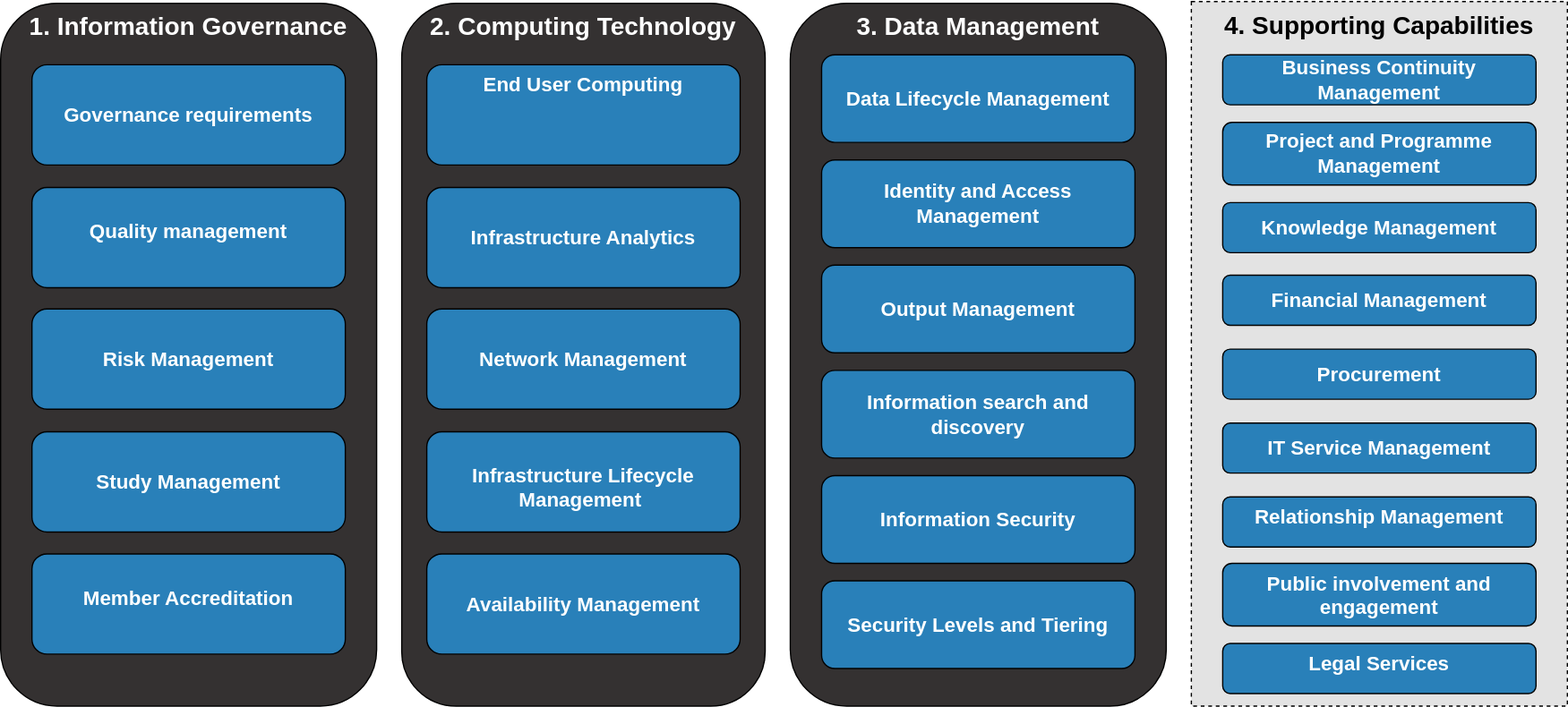
sa-tre/satre-specification keeps this draw.io diagram as docs/images/Capability_Map/full.drawio.svg. Above is the earlier version. Source tidied: cells renumbered, new cells last; positions are measured from the earlier drawing's top-left corner, leaving out a move shared by most shapes.
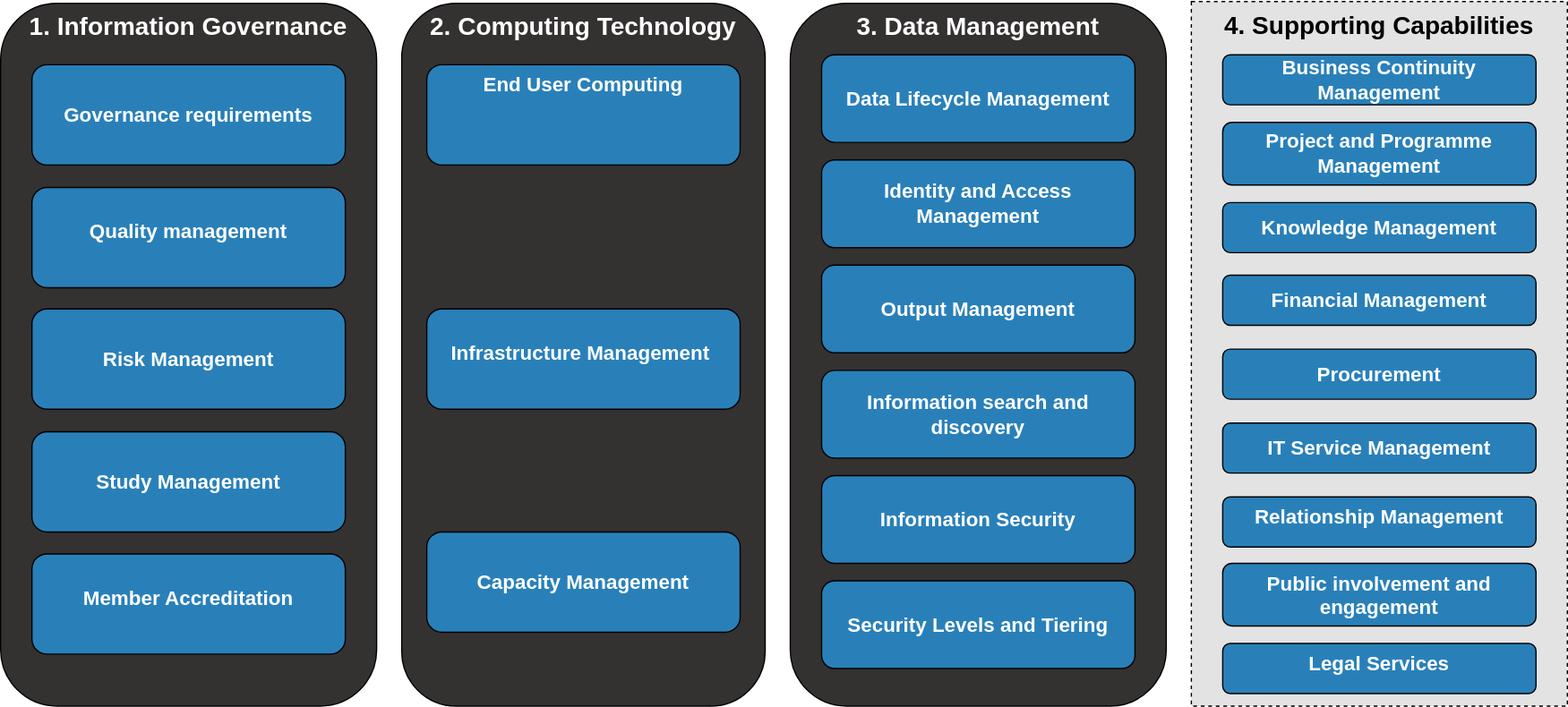
The same file after the commit.

Commit message:
:truck: Refactored capabilities

Change to the diagram source:
```diff
@@ -17,11 +17,11 @@
     <mxCell id="6" value="&lt;font style=&quot;font-size: 16px;&quot;&gt;Risk Management&lt;/font&gt;" style="rounded=1;whiteSpace=wrap;html=1;fillColor=#2980B9;strokeColor=#000000;fontSize=16;fontStyle=1;fontColor=#FFFFFF;" parent="1" vertex="1">
       <mxGeometry x="25" y="245" width="250" height="80" as="geometry" />
     </mxCell>
-    <mxCell id="7" value="&lt;div&gt;&lt;font style=&quot;font-size: 16px;&quot;&gt;&lt;br&gt;&lt;/font&gt;&lt;/div&gt;&lt;div&gt;&lt;font style=&quot;font-size: 16px;&quot;&gt;Infrastructure Lifecycle Management&amp;nbsp;&lt;/font&gt;&lt;/div&gt;" style="rounded=1;whiteSpace=wrap;html=1;fillColor=#2980B9;strokeColor=#000000;verticalAlign=top;fontSize=16;fontStyle=1;fontColor=#FFFFFF;" parent="1" vertex="1">
-      <mxGeometry x="340" y="343" width="250" height="80" as="geometry" />
+    <mxCell id="7" value="&lt;div&gt;&lt;font style=&quot;font-size: 16px;&quot;&gt;&lt;br&gt;&lt;/font&gt;&lt;/div&gt;&lt;div&gt;&lt;font style=&quot;font-size: 16px;&quot;&gt;Infrastructure Management&amp;nbsp;&lt;/font&gt;&lt;/div&gt;" style="rounded=1;whiteSpace=wrap;html=1;fillColor=#2980B9;strokeColor=#000000;verticalAlign=top;fontSize=16;fontStyle=1;fontColor=#FFFFFF;" parent="1" vertex="1">
+      <mxGeometry x="340" y="245" width="250" height="80" as="geometry" />
     </mxCell>
-    <mxCell id="8" value="&lt;font style=&quot;font-size: 16px;&quot;&gt;Network Management&lt;/font&gt;" style="rounded=1;whiteSpace=wrap;html=1;fillColor=#2980B9;strokeColor=#000000;fontSize=16;fontStyle=1;fontColor=#FFFFFF;" parent="1" vertex="1">
-      <mxGeometry x="340" y="245" width="250" height="80" as="geometry" />
+    <mxCell id="8" value="&lt;font style=&quot;font-size: 16px;&quot;&gt;Capacity Management&lt;/font&gt;" style="rounded=1;whiteSpace=wrap;html=1;fillColor=#2980B9;strokeColor=#000000;fontSize=16;fontStyle=1;fontColor=#FFFFFF;" parent="1" vertex="1">
+      <mxGeometry x="340" y="423" width="250" height="80" as="geometry" />
     </mxCell>
     <mxCell id="9" value="&lt;font style=&quot;font-size: 16px;&quot;&gt;End User Computing&lt;/font&gt;" style="rounded=1;whiteSpace=wrap;html=1;fillColor=#2980B9;strokeColor=#000000;fontSize=16;fontStyle=1;verticalAlign=top;fontColor=#FFFFFF;" parent="1" vertex="1">
       <mxGeometry x="340" y="50" width="250" height="80" as="geometry" />
@@ -44,12 +44,6 @@
     <mxCell id="15" value="&lt;div&gt;&lt;font style=&quot;font-size: 16px;&quot;&gt;&lt;br&gt;&lt;/font&gt;&lt;/div&gt;&lt;div&gt;&lt;font style=&quot;font-size: 16px;&quot;&gt;Quality management&lt;/font&gt;&lt;/div&gt;" style="rounded=1;whiteSpace=wrap;html=1;fillColor=#2980B9;strokeColor=#000000;verticalAlign=top;fontSize=16;fontStyle=1;fontColor=#FFFFFF;" parent="1" vertex="1">
       <mxGeometry x="25" y="148" width="250" height="80" as="geometry" />
     </mxCell>
-    <mxCell id="16" value="&lt;font style=&quot;font-size: 16px;&quot;&gt;Infrastructure Analytics&lt;/font&gt;" style="rounded=1;whiteSpace=wrap;html=1;fillColor=#2980B9;strokeColor=#000000;fontSize=16;fontStyle=1;fontColor=#FFFFFF;" parent="1" vertex="1">
-      <mxGeometry x="340" y="148" width="250" height="80" as="geometry" />
-    </mxCell>
-    <mxCell id="17" value="&lt;font style=&quot;font-size: 16px;&quot;&gt;Availability Management&lt;/font&gt;" style="rounded=1;whiteSpace=wrap;html=1;fillColor=#2980B9;strokeColor=#000000;fontSize=16;fontStyle=1;fontColor=#FFFFFF;" parent="1" vertex="1">
-      <mxGeometry x="340" y="440.5" width="250" height="80" as="geometry" />
-    </mxCell>
     <mxCell id="18" value="&lt;font style=&quot;font-size: 16px;&quot;&gt;Information search and discovery&lt;/font&gt;" style="rounded=1;whiteSpace=wrap;html=1;fillColor=#2980B9;strokeColor=#000000;fontSize=16;fontStyle=1;fontColor=#FFFFFF;" parent="1" vertex="1">
       <mxGeometry x="655" y="294" width="250" height="70" as="geometry" />
     </mxCell>
```
